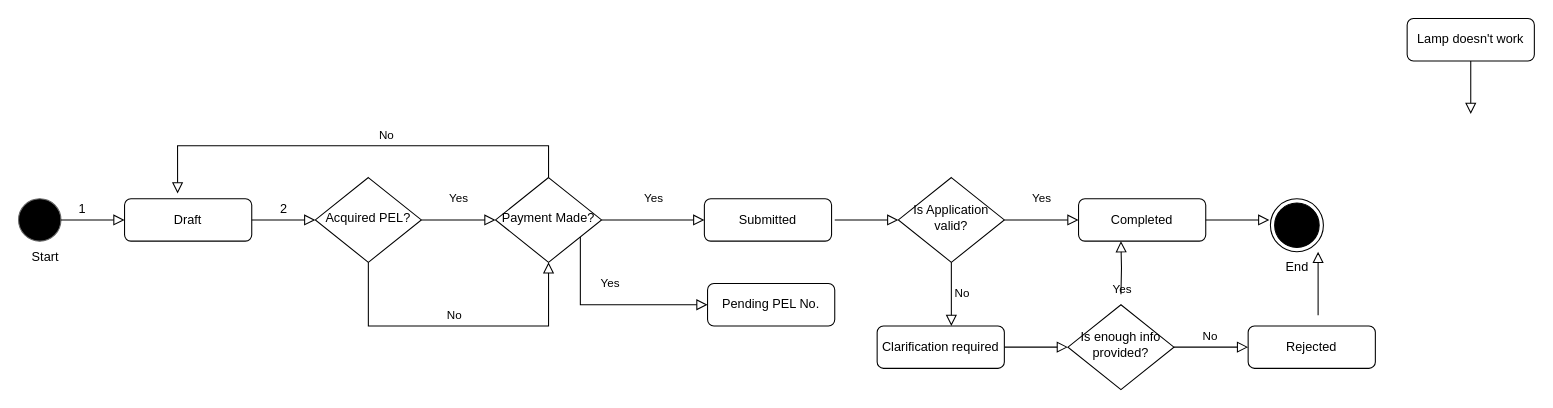
RachelGnanaraj/app.diagrams keeps this draw.io diagram as status-flow.drawio. Above is the earlier version. Source tidied: cells renumbered, new cells numbered last; positions are measured from the earlier drawing's top-left corner, leaving out a move shared by most shapes. Both pictures are drawn from the tidied source at 106%, with x=0, y=0 at pixel (18, 18).
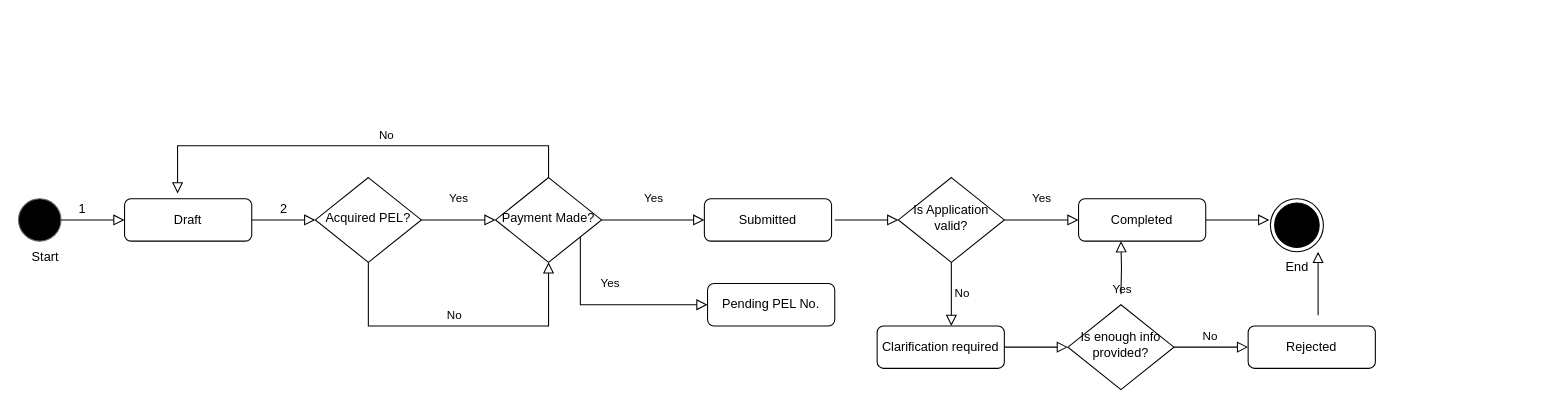
After the change.

Change to the diagram source:
```diff
@@
-    <mxCell id="2" style="rounded=0;html=1;jettySize=auto;fontSize=11;endArrow=block;endFill=0;endSize=8;strokeWidth=1;shadow=0;labelBackgroundColor=none;edgeStyle=orthogonalEdgeStyle;" parent="1" edge="1" source="3">
-      <mxGeometry relative="1" as="geometry">
-        <mxPoint x="1370" y="90" as="targetPoint" />
-      </mxGeometry>
-    </mxCell>
-    <mxCell id="3" value="Lamp doesn't work" style="rounded=1;whiteSpace=wrap;html=1;fontSize=12;glass=0;strokeWidth=1;shadow=0;" parent="1" vertex="1">
-      <mxGeometry x="1310" width="120" height="40" as="geometry" />
-    </mxCell>
```
